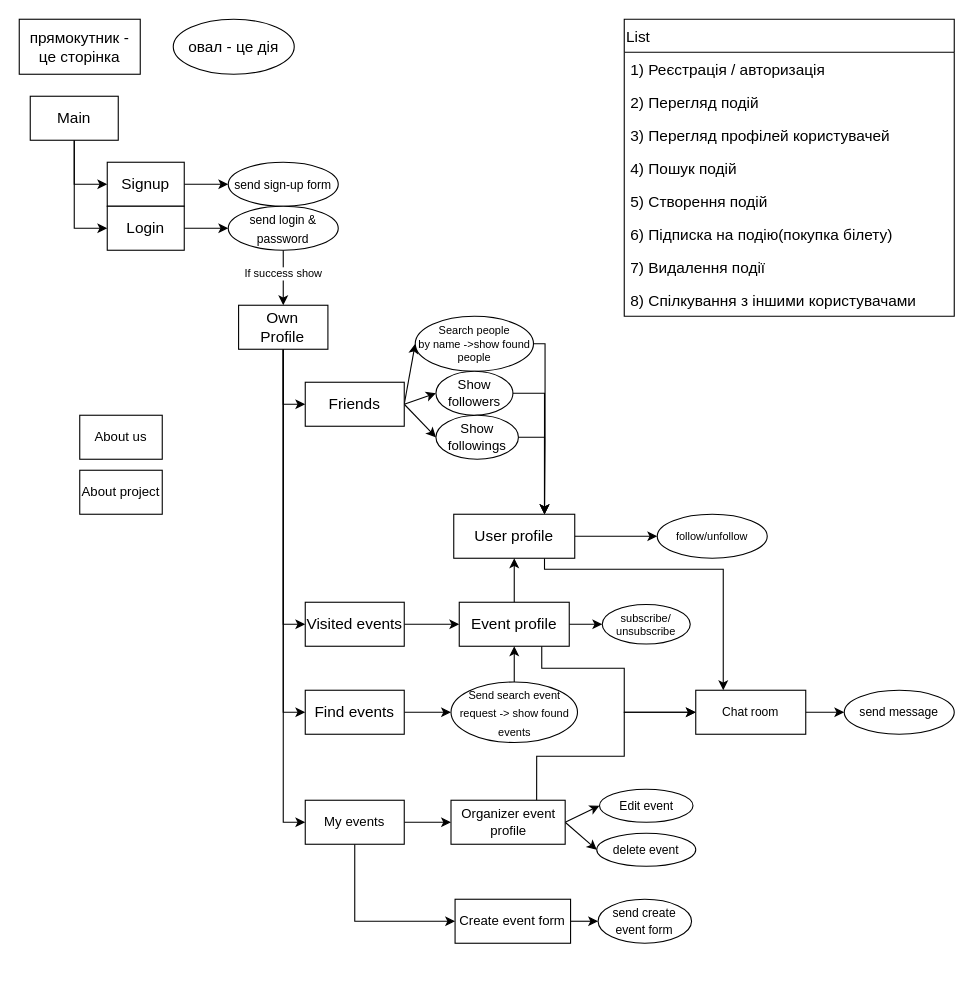
Before: DiagramsForDevelopment/SiteStructure.drawio in DeniesLie/SearchUp, a draw.io diagram. Source tidied: cells renumbered, new cells numbered last; positions are measured from the earlier drawing's top-left corner, leaving out a move shared by most shapes. Both pictures are drawn from the tidied source at 110%, with x=0, y=0 at pixel (19, 19).
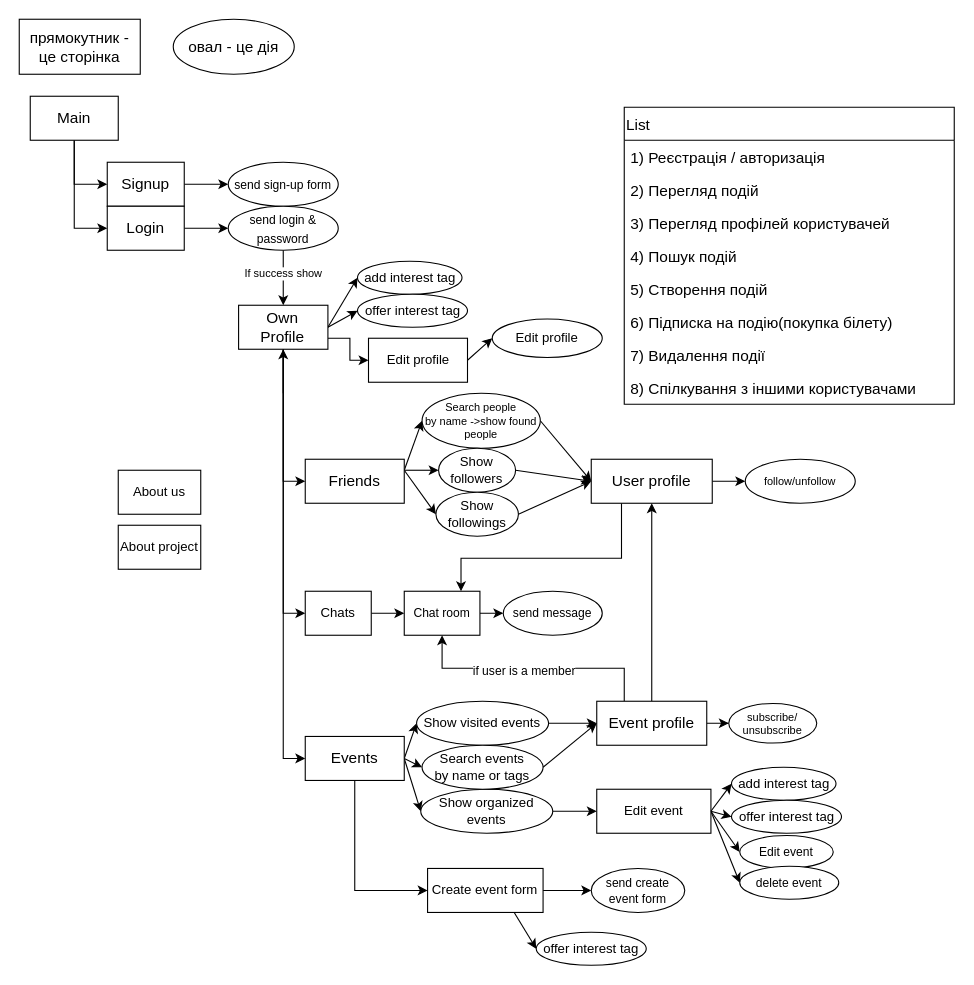
The same diagram, later.

The change refers to these unchanged cells:
```xml
<mxCell id="28" value="&lt;div align=&quot;center&quot;&gt;Own&lt;/div&gt;&lt;div align=&quot;center&quot;&gt;Profile&lt;br&gt;&lt;/div&gt;" style="rounded=0;whiteSpace=wrap;html=1;fontSize=14;align=center;" parent="1" vertex="1">
  <mxGeometry x="199.4" y="260" width="81.2" height="40" as="geometry" />
</mxCell>
```

Change to the diagram source:
```diff
@@
     <mxCell id="7" value="List" style="swimlane;fontStyle=0;horizontal=1;startSize=30;fontSize=14;align=left;" parent="1" vertex="1">
-      <mxGeometry x="550" width="300" height="270" as="geometry" />
+      <mxGeometry x="550" y="80" width="300" height="270" as="geometry" />
     </mxCell>
@@
-    <mxCell id="25" style="edgeStyle=orthogonalEdgeStyle;rounded=0;jettySize=auto;html=1;entryX=0;entryY=0.5;entryDx=0;entryDy=0;fontSize=14;" parent="1" edge="1" source="28" target="30">
-      <mxGeometry relative="1" as="geometry" />
-    </mxCell>
@@
-    <mxCell id="27" style="edgeStyle=orthogonalEdgeStyle;rounded=0;jettySize=auto;html=1;entryX=0;entryY=0.5;entryDx=0;entryDy=0;" parent="1" edge="1" source="28" target="52">
-      <mxGeometry relative="1" as="geometry" />
-    </mxCell>
+    <mxCell id="71" style="edgeStyle=orthogonalEdgeStyle;rounded=0;jettySize=auto;html=1;entryX=0;entryY=0.5;entryDx=0;entryDy=0;" parent="1" edge="1" source="28" target="89">
+      <mxGeometry relative="1" as="geometry" />
+    </mxCell>
+    <mxCell id="72" style="edgeStyle=orthogonalEdgeStyle;rounded=0;jettySize=auto;html=1;exitX=1;exitY=0.75;exitDx=0;exitDy=0;entryX=0;entryY=0.5;entryDx=0;entryDy=0;" parent="1" edge="1" source="28" target="86">
+      <mxGeometry relative="1" as="geometry" />
+    </mxCell>
+    <mxCell id="73" style="edgeStyle=none;rounded=0;jettySize=auto;html=1;exitX=1;exitY=0.5;exitDx=0;exitDy=0;entryX=0;entryY=0.5;entryDx=0;entryDy=0;" parent="1" edge="1" source="28" target="91">
+      <mxGeometry relative="1" as="geometry" />
+    </mxCell>
+    <mxCell id="74" style="edgeStyle=none;rounded=0;jettySize=auto;html=1;exitX=1;exitY=0.5;exitDx=0;exitDy=0;entryX=0;entryY=0.5;entryDx=0;entryDy=0;" parent="1" edge="1" source="28" target="92">
+      <mxGeometry relative="1" as="geometry" />
+    </mxCell>
@@
-    <mxCell id="29" style="edgeStyle=orthogonalEdgeStyle;rounded=0;jettySize=auto;html=1;exitX=1;exitY=0.5;exitDx=0;exitDy=0;entryX=0;entryY=0.5;entryDx=0;entryDy=0;fontSize=14;" parent="1" edge="1" source="30" target="45">
-      <mxGeometry relative="1" as="geometry" />
-    </mxCell>
-    <mxCell id="30" value="Find events" style="rounded=0;whiteSpace=wrap;html=1;fontSize=14;align=center;" parent="1" vertex="1">
-      <mxGeometry x="260" y="610" width="90" height="40" as="geometry" />
-    </mxCell>
-    <mxCell id="31" style="edgeStyle=none;rounded=0;jettySize=auto;html=1;exitX=1;exitY=0.5;exitDx=0;exitDy=0;entryX=0;entryY=0.5;entryDx=0;entryDy=0;" parent="1" edge="1" source="34" target="68">
-      <mxGeometry relative="1" as="geometry" />
+    <mxCell id="31" style="edgeStyle=none;rounded=0;jettySize=auto;html=1;exitX=1;exitY=0.5;exitDx=0;exitDy=0;entryX=0;entryY=0.5;entryDx=0;entryDy=0;" parent="1" edge="1" target="68">
+      <mxGeometry relative="1" as="geometry">
+        <mxPoint x="350" y="410" as="sourcePoint" />
+      </mxGeometry>
     </mxCell>
-    <mxCell id="32" style="edgeStyle=none;rounded=0;jettySize=auto;html=1;exitX=1;exitY=0.5;exitDx=0;exitDy=0;entryX=0;entryY=0.5;entryDx=0;entryDy=0;" parent="1" edge="1" source="34" target="66">
-      <mxGeometry relative="1" as="geometry" />
+    <mxCell id="32" style="edgeStyle=none;rounded=0;jettySize=auto;html=1;exitX=1;exitY=0.5;exitDx=0;exitDy=0;entryX=0;entryY=0.5;entryDx=0;entryDy=0;" parent="1" edge="1" target="66">
+      <mxGeometry relative="1" as="geometry">
+        <mxPoint x="350" y="410" as="sourcePoint" />
+      </mxGeometry>
     </mxCell>
-    <mxCell id="33" style="edgeStyle=none;rounded=0;jettySize=auto;html=1;exitX=1;exitY=0.5;exitDx=0;exitDy=0;entryX=0;entryY=0.5;entryDx=0;entryDy=0;" parent="1" edge="1" source="34" target="47">
-      <mxGeometry relative="1" as="geometry" />
+    <mxCell id="33" style="edgeStyle=none;rounded=0;jettySize=auto;html=1;exitX=1;exitY=0.5;exitDx=0;exitDy=0;entryX=0;entryY=0.5;entryDx=0;entryDy=0;" parent="1" edge="1" target="47">
+      <mxGeometry relative="1" as="geometry">
+        <mxPoint x="350" y="410" as="sourcePoint" />
+      </mxGeometry>
     </mxCell>
     <mxCell id="34" value="Friends" style="rounded=0;whiteSpace=wrap;html=1;fontSize=14;align=center;" parent="1" vertex="1">
-      <mxGeometry x="260" y="330" width="90" height="40" as="geometry" />
+      <mxGeometry x="260" y="400" width="90" height="40" as="geometry" />
     </mxCell>
-    <mxCell id="35" style="edgeStyle=orthogonalEdgeStyle;rounded=0;jettySize=auto;html=1;entryX=0;entryY=0.5;entryDx=0;entryDy=0;fontSize=14;" parent="1" edge="1" source="36" target="43">
-      <mxGeometry relative="1" as="geometry" />
-    </mxCell>
+    <mxCell id="75" style="edgeStyle=none;rounded=0;jettySize=auto;html=1;exitX=1;exitY=0.5;exitDx=0;exitDy=0;entryX=0;entryY=0.5;entryDx=0;entryDy=0;" parent="1" edge="1" source="36" target="80">
+      <mxGeometry relative="1" as="geometry" />
+    </mxCell>
+    <mxCell id="76" style="edgeStyle=none;rounded=0;jettySize=auto;html=1;exitX=1;exitY=0.5;exitDx=0;exitDy=0;entryX=0;entryY=0.5;entryDx=0;entryDy=0;" parent="1" edge="1" source="36" target="82">
+      <mxGeometry relative="1" as="geometry" />
+    </mxCell>
+    <mxCell id="77" style="edgeStyle=none;rounded=0;jettySize=auto;html=1;exitX=1;exitY=0.5;exitDx=0;exitDy=0;entryX=0;entryY=0.5;entryDx=0;entryDy=0;" parent="1" edge="1" source="36" target="84">
+      <mxGeometry relative="1" as="geometry" />
+    </mxCell>
-    <mxCell id="36" value="Visited events" style="rounded=0;whiteSpace=wrap;html=1;fontSize=14;align=center;" parent="1" vertex="1">
-      <mxGeometry x="260" y="530" width="90" height="40" as="geometry" />
+    <mxCell id="36" value="Events" style="rounded=0;whiteSpace=wrap;html=1;fontSize=14;align=center;" parent="1" vertex="1">
+      <mxGeometry x="260" y="652" width="90" height="40" as="geometry" />
     </mxCell>
@@
-    <mxCell id="38" style="edgeStyle=orthogonalEdgeStyle;rounded=0;jettySize=auto;html=1;exitX=0.75;exitY=1;exitDx=0;exitDy=0;entryX=0.25;entryY=0;entryDx=0;entryDy=0;fontSize=11;" parent="1" edge="1" source="39" target="63">
+    <mxCell id="38" style="edgeStyle=orthogonalEdgeStyle;rounded=0;jettySize=auto;html=1;exitX=0.25;exitY=1;exitDx=0;exitDy=0;entryX=0.75;entryY=0;entryDx=0;entryDy=0;" parent="1" edge="1" source="39" target="63">
       <mxGeometry relative="1" as="geometry">
         <Array as="points">
-          <mxPoint x="478" y="500" />
-          <mxPoint x="640" y="500" />
+          <mxPoint x="548" y="490" />
+          <mxPoint x="402" y="490" />
         </Array>
       </mxGeometry>
     </mxCell>
     <mxCell id="39" value="User profile" style="rounded=0;whiteSpace=wrap;html=1;fontSize=14;align=center;" parent="1" vertex="1">
-      <mxGeometry x="395" y="450" width="110" height="40" as="geometry" />
+      <mxGeometry x="520" y="400" width="110" height="40" as="geometry" />
     </mxCell>
@@
+    <mxCell id="42" style="edgeStyle=orthogonalEdgeStyle;rounded=0;jettySize=auto;html=1;exitX=0.25;exitY=0;exitDx=0;exitDy=0;entryX=0.5;entryY=1;entryDx=0;entryDy=0;" parent="1" edge="1" source="43" target="63">
+      <mxGeometry relative="1" as="geometry">
+        <Array as="points">
+          <mxPoint x="550" y="590" />
+          <mxPoint x="384" y="590" />
+        </Array>
+      </mxGeometry>
+    </mxCell>
+    <mxCell id="78" value="if user is a member" style="edgeLabel;html=1;align=center;verticalAlign=middle;" parent="42" vertex="1">
+      <mxGeometry x="0.08" y="2" relative="1" as="geometry" />
+    </mxCell>
-    <mxCell id="41" style="edgeStyle=orthogonalEdgeStyle;rounded=0;jettySize=auto;html=1;entryX=0;entryY=0.5;entryDx=0;entryDy=0;fontSize=10;" parent="1" edge="1" source="43" target="49">
+    <mxCell id="41" style="edgeStyle=orthogonalEdgeStyle;rounded=0;jettySize=auto;html=1;entryX=0;entryY=0.5;entryDx=0;entryDy=0;" parent="1" edge="1" source="43" target="49">
       <mxGeometry relative="1" as="geometry" />
     </mxCell>
-    <mxCell id="42" style="edgeStyle=orthogonalEdgeStyle;rounded=0;jettySize=auto;html=1;exitX=0.75;exitY=1;exitDx=0;exitDy=0;entryX=0;entryY=0.5;entryDx=0;entryDy=0;fontSize=11;" parent="1" edge="1" source="43" target="63">
-      <mxGeometry relative="1" as="geometry">
-        <Array as="points">
-          <mxPoint x="475" y="590" />
-          <mxPoint x="550" y="590" />
-          <mxPoint x="550" y="630" />
-        </Array>
-      </mxGeometry>
-    </mxCell>
     <mxCell id="43" value="Event profile" style="rounded=0;whiteSpace=wrap;html=1;fontSize=14;align=center;" parent="1" vertex="1">
-      <mxGeometry x="400" y="530" width="100" height="40" as="geometry" />
+      <mxGeometry x="525" y="620" width="100" height="40" as="geometry" />
     </mxCell>
-    <mxCell id="44" style="edgeStyle=orthogonalEdgeStyle;rounded=0;jettySize=auto;html=1;entryX=0.5;entryY=1;entryDx=0;entryDy=0;fontSize=14;" parent="1" edge="1" source="45" target="43">
-      <mxGeometry relative="1" as="geometry" />
-    </mxCell>
-    <mxCell id="45" value="&lt;font style=&quot;font-size: 10px&quot;&gt;Send search event request -&amp;gt; show found events&lt;br&gt;&lt;/font&gt;" style="ellipse;whiteSpace=wrap;html=1;fontSize=14;align=center;" parent="1" vertex="1">
-      <mxGeometry x="392.5" y="602.5" width="115" height="55" as="geometry" />
-    </mxCell>
-    <mxCell id="46" style="edgeStyle=orthogonalEdgeStyle;rounded=0;jettySize=auto;html=1;exitX=1;exitY=0.5;exitDx=0;exitDy=0;entryX=0.75;entryY=0;entryDx=0;entryDy=0;" parent="1" edge="1" source="47" target="39">
-      <mxGeometry relative="1" as="geometry">
-        <Array as="points">
-          <mxPoint x="478" y="295" />
-          <mxPoint x="478" y="385" />
-        </Array>
-      </mxGeometry>
+    <mxCell id="46" style="edgeStyle=none;rounded=0;jettySize=auto;html=1;exitX=1;exitY=0.5;exitDx=0;exitDy=0;entryX=0;entryY=0.5;entryDx=0;entryDy=0;" parent="1" edge="1" source="47" target="39">
+      <mxGeometry relative="1" as="geometry" />
     </mxCell>
     <mxCell id="47" value="Search people&lt;br&gt;by name -&amp;gt;show found &lt;br&gt;people" style="ellipse;whiteSpace=wrap;html=1;fontSize=10;align=center;" parent="1" vertex="1">
-      <mxGeometry x="360" y="270" width="107.5" height="50" as="geometry" />
+      <mxGeometry x="366.2" y="340" width="107.5" height="50" as="geometry" />
     </mxCell>
     <mxCell id="48" value="follow/unfollow" style="ellipse;whiteSpace=wrap;html=1;fontSize=10;align=center;" parent="1" vertex="1">
-      <mxGeometry x="580" y="450" width="100" height="40" as="geometry" />
+      <mxGeometry x="660" y="400" width="100" height="40" as="geometry" />
     </mxCell>
     <mxCell id="49" value="subscribe/&lt;br&gt;unsubscribe" style="ellipse;whiteSpace=wrap;html=1;fontSize=10;align=center;" parent="1" vertex="1">
-      <mxGeometry x="530" y="532" width="80" height="36" as="geometry" />
+      <mxGeometry x="645" y="622" width="80" height="36" as="geometry" />
     </mxCell>
-    <mxCell id="50" style="edgeStyle=orthogonalEdgeStyle;rounded=0;jettySize=auto;html=1;entryX=0;entryY=0.5;entryDx=0;entryDy=0;" parent="1" edge="1" source="52" target="58">
-      <mxGeometry relative="1" as="geometry">
-        <Array as="points">
-          <mxPoint x="380" y="730" />
-          <mxPoint x="380" y="730" />
-        </Array>
-      </mxGeometry>
-    </mxCell>
-    <mxCell id="51" style="edgeStyle=orthogonalEdgeStyle;rounded=0;jettySize=auto;html=1;exitX=0.5;exitY=1;exitDx=0;exitDy=0;entryX=0;entryY=0.5;entryDx=0;entryDy=0;" parent="1" edge="1" source="52" target="54">
+    <mxCell id="51" style="edgeStyle=orthogonalEdgeStyle;rounded=0;jettySize=auto;html=1;exitX=0.5;exitY=1;exitDx=0;exitDy=0;entryX=0;entryY=0.5;entryDx=0;entryDy=0;" parent="1" edge="1" source="36" target="54">
       <mxGeometry relative="1" as="geometry">
         <Array as="points">
-          <mxPoint x="305" y="820" />
+          <mxPoint x="305" y="792" />
         </Array>
       </mxGeometry>
     </mxCell>
-    <mxCell id="52" value="My events" style="rounded=0;whiteSpace=wrap;html=1;" parent="1" vertex="1">
-      <mxGeometry x="260" y="710" width="90" height="40" as="geometry" />
-    </mxCell>
@@
     <mxCell id="54" value="Create event form" style="rounded=0;whiteSpace=wrap;html=1;" parent="1" vertex="1">
-      <mxGeometry x="396.2" y="800" width="105" height="40" as="geometry" />
+      <mxGeometry x="371.2" y="772" width="105" height="40" as="geometry" />
     </mxCell>
@@
-    <mxCell id="57" style="edgeStyle=orthogonalEdgeStyle;rounded=0;jettySize=auto;html=1;exitX=0.75;exitY=0;exitDx=0;exitDy=0;entryX=0;entryY=0.5;entryDx=0;entryDy=0;fontSize=11;" parent="1" edge="1" source="58" target="63">
-      <mxGeometry relative="1" as="geometry">
-        <Array as="points">
-          <mxPoint x="470" y="670" />
-          <mxPoint x="550" y="670" />
-          <mxPoint x="550" y="630" />
-        </Array>
-      </mxGeometry>
-    </mxCell>
-    <mxCell id="58" value="Organizer event profile" style="rounded=0;whiteSpace=wrap;html=1;" parent="1" vertex="1">
-      <mxGeometry x="392.5" y="710" width="103.8" height="40" as="geometry" />
+    <mxCell id="58" value="Edit event" style="rounded=0;whiteSpace=wrap;html=1;" parent="1" vertex="1">
+      <mxGeometry x="525" y="700" width="103.8" height="40" as="geometry" />
     </mxCell>
     <mxCell id="59" value="&lt;font style=&quot;font-size: 11px&quot;&gt;send create event form&lt;/font&gt;" style="ellipse;whiteSpace=wrap;html=1;" parent="1" vertex="1">
-      <mxGeometry x="526.2" y="800" width="85" height="40" as="geometry" />
+      <mxGeometry x="520" y="772" width="85" height="40" as="geometry" />
     </mxCell>
     <mxCell id="60" value="&lt;font style=&quot;font-size: 11px&quot;&gt;Edit event&lt;/font&gt;" style="ellipse;whiteSpace=wrap;html=1;" parent="1" vertex="1">
-      <mxGeometry x="527.5" y="700" width="85" height="30" as="geometry" />
+      <mxGeometry x="655" y="742" width="85" height="30" as="geometry" />
     </mxCell>
     <mxCell id="61" value="&lt;font style=&quot;font-size: 11px&quot;&gt;delete event&lt;/font&gt;" style="ellipse;whiteSpace=wrap;html=1;" parent="1" vertex="1">
-      <mxGeometry x="525" y="740" width="90" height="30" as="geometry" />
+      <mxGeometry x="655" y="770" width="90" height="30" as="geometry" />
     </mxCell>
-    <mxCell id="62" style="edgeStyle=orthogonalEdgeStyle;rounded=0;jettySize=auto;html=1;exitX=1;exitY=0.5;exitDx=0;exitDy=0;entryX=0;entryY=0.5;entryDx=0;entryDy=0;fontSize=11;" parent="1" edge="1" source="63" target="64">
+    <mxCell id="62" style="edgeStyle=orthogonalEdgeStyle;rounded=0;jettySize=auto;html=1;entryX=0;entryY=0.5;entryDx=0;entryDy=0;" parent="1" edge="1" source="63" target="64">
       <mxGeometry relative="1" as="geometry" />
     </mxCell>
     <mxCell id="63" value="Chat room" style="rounded=0;whiteSpace=wrap;html=1;fontSize=11;" parent="1" vertex="1">
-      <mxGeometry x="615" y="610" width="100" height="40" as="geometry" />
+      <mxGeometry x="350" y="520" width="68.8" height="40" as="geometry" />
     </mxCell>
     <mxCell id="64" value="send message" style="ellipse;whiteSpace=wrap;html=1;fontSize=11;" parent="1" vertex="1">
-      <mxGeometry x="750" y="610" width="100" height="40" as="geometry" />
+      <mxGeometry x="440" y="520" width="90" height="40" as="geometry" />
     </mxCell>
-    <mxCell id="65" style="edgeStyle=orthogonalEdgeStyle;rounded=0;jettySize=auto;html=1;exitX=1;exitY=0.5;exitDx=0;exitDy=0;entryX=0.75;entryY=0;entryDx=0;entryDy=0;" parent="1" edge="1" source="66" target="39">
+    <mxCell id="65" style="edgeStyle=none;rounded=0;jettySize=auto;html=1;exitX=1;exitY=0.5;exitDx=0;exitDy=0;entryX=0;entryY=0.5;entryDx=0;entryDy=0;" parent="1" edge="1" source="66" target="39">
       <mxGeometry relative="1" as="geometry" />
     </mxCell>
     <mxCell id="66" value="Show followers" style="ellipse;whiteSpace=wrap;html=1;" parent="1" vertex="1">
-      <mxGeometry x="378.8" y="320" width="70" height="40" as="geometry" />
+      <mxGeometry x="381.2" y="390" width="70" height="40" as="geometry" />
     </mxCell>
-    <mxCell id="67" style="edgeStyle=orthogonalEdgeStyle;rounded=0;jettySize=auto;html=1;exitX=1;exitY=0.5;exitDx=0;exitDy=0;entryX=0.75;entryY=0;entryDx=0;entryDy=0;" parent="1" edge="1" source="68" target="39">
+    <mxCell id="67" style="edgeStyle=none;rounded=0;jettySize=auto;html=1;exitX=1;exitY=0.5;exitDx=0;exitDy=0;entryX=0;entryY=0.5;entryDx=0;entryDy=0;" parent="1" edge="1" source="68" target="39">
       <mxGeometry relative="1" as="geometry" />
     </mxCell>
     <mxCell id="68" value="Show followings" style="ellipse;whiteSpace=wrap;html=1;" parent="1" vertex="1">
-      <mxGeometry x="378.8" y="360" width="75" height="40" as="geometry" />
+      <mxGeometry x="378.8" y="430" width="75" height="40" as="geometry" />
     </mxCell>
     <mxCell id="69" value="About us" style="rounded=0;whiteSpace=wrap;html=1;" parent="1" vertex="1">
-      <mxGeometry x="55" y="360" width="75" height="40" as="geometry" />
+      <mxGeometry x="90" y="410" width="75" height="40" as="geometry" />
     </mxCell>
     <mxCell id="70" value="About project" style="rounded=0;whiteSpace=wrap;html=1;" parent="1" vertex="1">
-      <mxGeometry x="55" y="410" width="75" height="40" as="geometry" />
+      <mxGeometry x="90" y="460" width="75" height="40" as="geometry" />
     </mxCell>
+    <mxCell id="79" style="edgeStyle=none;rounded=0;jettySize=auto;html=1;exitX=1;exitY=0.5;exitDx=0;exitDy=0;entryX=0;entryY=0.5;entryDx=0;entryDy=0;" parent="1" edge="1" source="80" target="43">
+      <mxGeometry relative="1" as="geometry" />
+    </mxCell>
+    <mxCell id="80" value="Show visited events" style="ellipse;whiteSpace=wrap;html=1;" parent="1" vertex="1">
+      <mxGeometry x="361.2" y="620" width="120" height="40" as="geometry" />
+    </mxCell>
+    <mxCell id="81" style="edgeStyle=none;rounded=0;jettySize=auto;html=1;exitX=1;exitY=0.5;exitDx=0;exitDy=0;entryX=0;entryY=0.5;entryDx=0;entryDy=0;" parent="1" edge="1" source="82" target="58">
+      <mxGeometry relative="1" as="geometry" />
+    </mxCell>
+    <mxCell id="82" value="Show organized events" style="ellipse;whiteSpace=wrap;html=1;" parent="1" vertex="1">
+      <mxGeometry x="365" y="700" width="120" height="40" as="geometry" />
+    </mxCell>
+    <mxCell id="83" style="edgeStyle=none;rounded=0;jettySize=auto;html=1;exitX=1;exitY=0.5;exitDx=0;exitDy=0;entryX=0;entryY=0.5;entryDx=0;entryDy=0;" parent="1" edge="1" source="84" target="43">
+      <mxGeometry relative="1" as="geometry" />
+    </mxCell>
+    <mxCell id="84" value="Search events&lt;br&gt;by name or tags" style="ellipse;whiteSpace=wrap;html=1;" parent="1" vertex="1">
+      <mxGeometry x="366.2" y="660" width="110" height="40" as="geometry" />
+    </mxCell>
+    <mxCell id="85" style="edgeStyle=none;rounded=0;jettySize=auto;html=1;exitX=1;exitY=0.5;exitDx=0;exitDy=0;entryX=0;entryY=0.5;entryDx=0;entryDy=0;" parent="1" edge="1" source="86" target="87">
+      <mxGeometry relative="1" as="geometry" />
+    </mxCell>
+    <mxCell id="86" value="Edit profile" style="rounded=0;whiteSpace=wrap;html=1;" parent="1" vertex="1">
+      <mxGeometry x="317.5" y="290" width="90" height="40" as="geometry" />
+    </mxCell>
+    <mxCell id="87" value="Edit profile" style="ellipse;whiteSpace=wrap;html=1;" parent="1" vertex="1">
+      <mxGeometry x="430" y="272.5" width="100" height="35" as="geometry" />
+    </mxCell>
+    <mxCell id="88" style="edgeStyle=orthogonalEdgeStyle;rounded=0;jettySize=auto;html=1;entryX=0;entryY=0.5;entryDx=0;entryDy=0;" parent="1" edge="1" source="89" target="63">
+      <mxGeometry relative="1" as="geometry" />
+    </mxCell>
+    <mxCell id="89" value="Chats" style="rounded=0;whiteSpace=wrap;html=1;" parent="1" vertex="1">
+      <mxGeometry x="260" y="520" width="60" height="40" as="geometry" />
+    </mxCell>
+    <mxCell id="90" style="endArrow=classic;html=1;rounded=0;entryX=0.5;entryY=1;entryDx=0;entryDy=0;" parent="1" edge="1" target="28">
+      <mxGeometry relative="1" as="geometry">
+        <mxPoint x="240" y="340" as="sourcePoint" />
+      </mxGeometry>
+    </mxCell>
+    <mxCell id="91" value="add interest tag" style="ellipse;whiteSpace=wrap;html=1;" parent="1" vertex="1">
+      <mxGeometry x="307.5" y="220" width="95" height="30" as="geometry" />
+    </mxCell>
+    <mxCell id="92" value="offer interest tag" style="ellipse;whiteSpace=wrap;html=1;" parent="1" vertex="1">
+      <mxGeometry x="307.5" y="250" width="100" height="30" as="geometry" />
+    </mxCell>
+    <mxCell id="93" style="edgeStyle=none;rounded=0;jettySize=auto;html=1;exitX=1;exitY=0.5;exitDx=0;exitDy=0;entryX=0;entryY=0.5;entryDx=0;entryDy=0;" parent="1" edge="1" target="95">
+      <mxGeometry relative="1" as="geometry">
+        <mxPoint x="628.8" y="720" as="sourcePoint" />
+      </mxGeometry>
+    </mxCell>
+    <mxCell id="94" style="edgeStyle=none;rounded=0;jettySize=auto;html=1;exitX=1;exitY=0.5;exitDx=0;exitDy=0;entryX=0;entryY=0.5;entryDx=0;entryDy=0;" parent="1" edge="1" target="96">
+      <mxGeometry relative="1" as="geometry">
+        <mxPoint x="628.8" y="720" as="sourcePoint" />
+      </mxGeometry>
+    </mxCell>
+    <mxCell id="95" value="add interest tag" style="ellipse;whiteSpace=wrap;html=1;" parent="1" vertex="1">
+      <mxGeometry x="647.5" y="680" width="95" height="30" as="geometry" />
+    </mxCell>
+    <mxCell id="96" value="offer interest tag" style="ellipse;whiteSpace=wrap;html=1;" parent="1" vertex="1">
+      <mxGeometry x="647.5" y="710" width="100" height="30" as="geometry" />
+    </mxCell>
+    <mxCell id="97" style="edgeStyle=none;rounded=0;jettySize=auto;html=1;exitX=0.75;exitY=1;exitDx=0;exitDy=0;entryX=0;entryY=0.5;entryDx=0;entryDy=0;" parent="1" edge="1" source="54" target="98">
+      <mxGeometry relative="1" as="geometry" />
+    </mxCell>
+    <mxCell id="98" value="offer interest tag" style="ellipse;whiteSpace=wrap;html=1;" parent="1" vertex="1">
+      <mxGeometry x="470" y="830" width="100" height="30" as="geometry" />
+    </mxCell>
```
